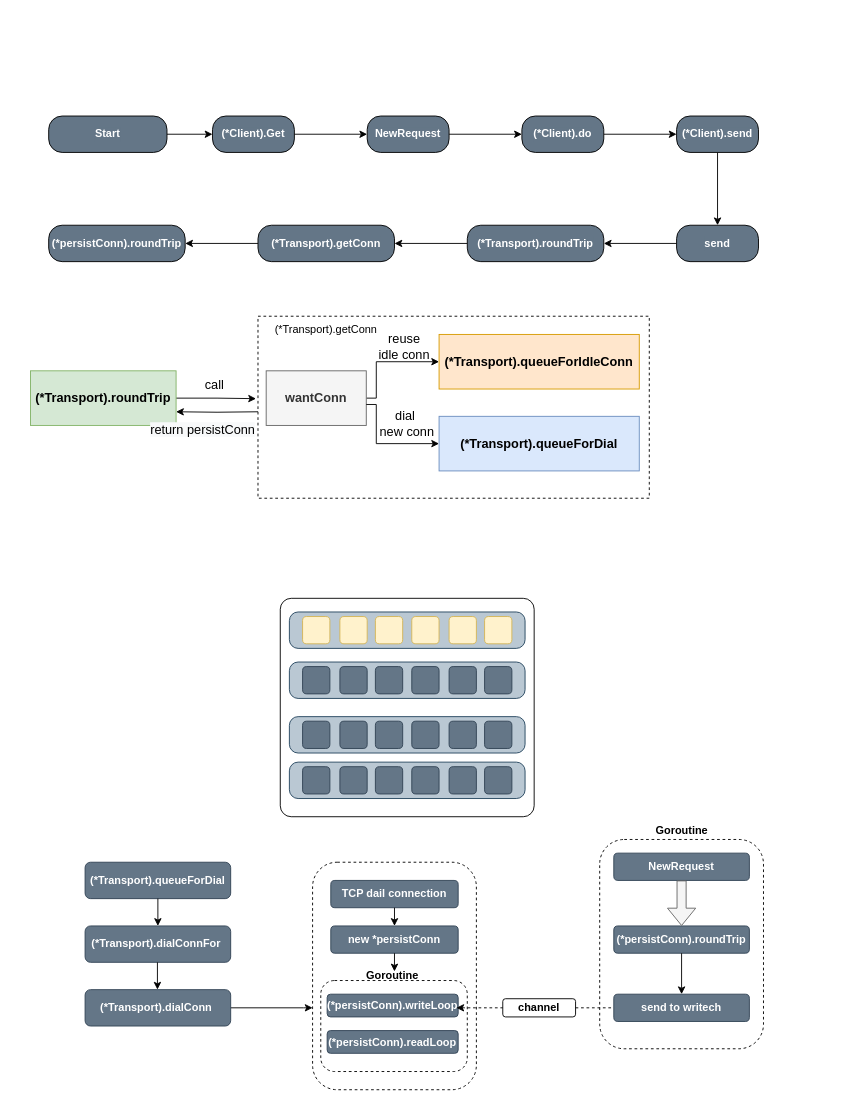
Above: golang-http1-1-flow.drawio in baoqger/drawing.io (draw.io), before the change. Source tidied: cells renumbered, new cells numbered last; positions are measured from the earlier drawing's top-left corner, leaving out a move shared by most shapes. Both pictures are drawn from the tidied source at 91%, with x=0, y=0 at pixel (30, 116).
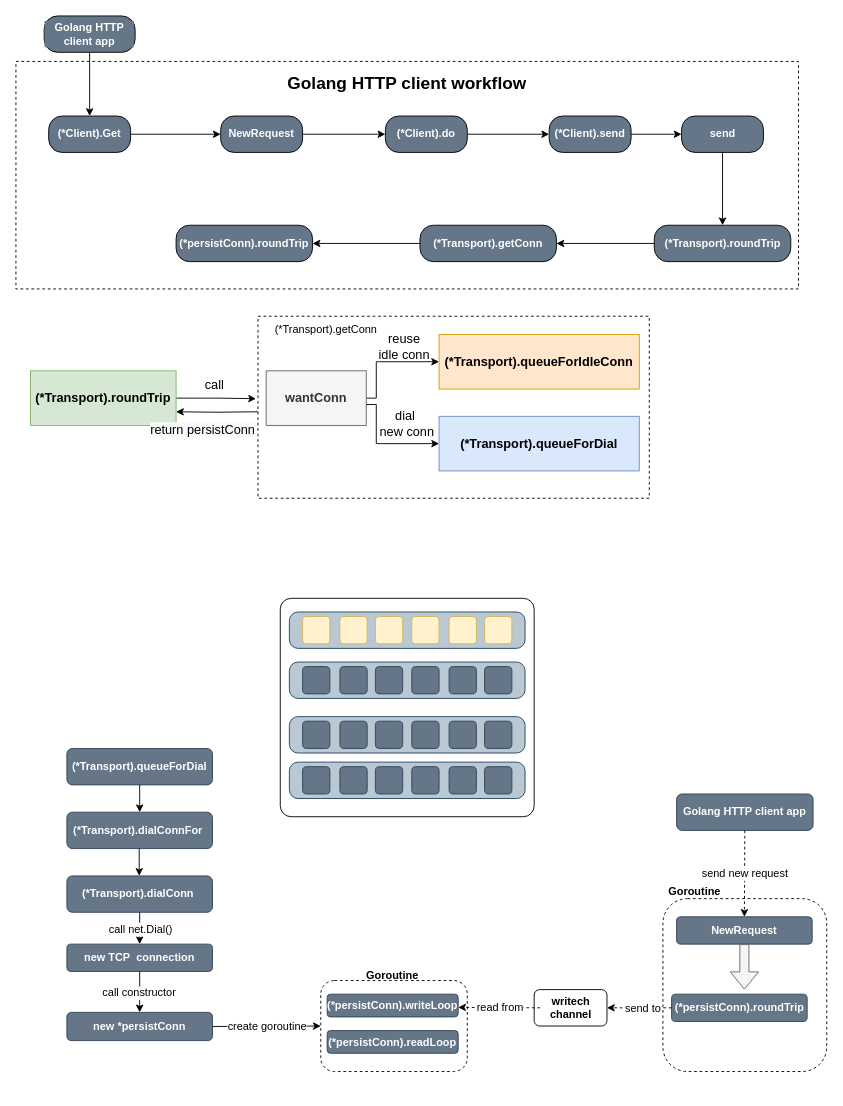
After the change.

The change refers to these unchanged cells:
```xml
<mxCell id="51" style="whiteSpace=wrap;html=1;rounded=1;fontStyle=1;strokeColor=default;fillColor=none;fontColor=default;dashed=1;" parent="1" vertex="1">
  <mxGeometry x="319" y="950" width="161" height="100" as="geometry" />
</mxCell>
<mxCell id="54" value="Goroutine" style="text;html=1;strokeColor=none;fillColor=none;align=center;verticalAlign=middle;whiteSpace=wrap;rounded=0;dashed=1;fontColor=default;fontStyle=1;" parent="1" vertex="1">
  <mxGeometry x="368" y="930" width="60" height="30" as="geometry" />
</mxCell>
```

The edit, as a diff of the source:
```diff
@@
+    <mxCell id="87" style="rounded=0;whiteSpace=wrap;html=1;dashed=1;" parent="1" vertex="1">
+      <mxGeometry x="-16" y="-60" width="860" height="250" as="geometry" />
+    </mxCell>
@@
     <mxCell id="45" value="(*Transport).dialConnFor&amp;nbsp;" style="rounded=1;whiteSpace=wrap;html=1;fillColor=#647687;strokeColor=#314354;fontStyle=1;fontColor=#ffffff;" parent="1" vertex="1">
-      <mxGeometry x="60" y="890" width="160" height="40" as="geometry" />
+      <mxGeometry x="40" y="765" width="160" height="40" as="geometry" />
     </mxCell>
     <mxCell id="46" value="(*Transport).queueForDial" style="rounded=1;whiteSpace=wrap;html=1;fillColor=#647687;strokeColor=#314354;fontStyle=1;fontColor=#ffffff;" parent="1" vertex="1">
-      <mxGeometry x="60" y="820" width="160" height="40" as="geometry" />
+      <mxGeometry x="40" y="695" width="160" height="40" as="geometry" />
     </mxCell>
-    <mxCell id="47" style="edgeStyle=orthogonalEdgeStyle;rounded=0;jettySize=auto;html=1;fontColor=default;strokeColor=default;labelBackgroundColor=default;" parent="1" edge="1" source="48" target="49">
-      <mxGeometry relative="1" as="geometry">
-        <Array as="points">
-          <mxPoint x="300" y="980" />
-          <mxPoint x="300" y="980" />
-        </Array>
-      </mxGeometry>
-    </mxCell>
     <mxCell id="48" value="(*Transport).dialConn&amp;nbsp;" style="rounded=1;whiteSpace=wrap;html=1;fillColor=#647687;strokeColor=#314354;fontStyle=1;fontColor=#ffffff;" parent="1" vertex="1">
-      <mxGeometry x="60" y="960" width="160" height="40" as="geometry" />
+      <mxGeometry x="40" y="835" width="160" height="40" as="geometry" />
     </mxCell>
-    <mxCell id="49" style="whiteSpace=wrap;html=1;rounded=1;fontStyle=1;strokeColor=default;fillColor=none;fontColor=default;dashed=1;" parent="1" vertex="1">
-      <mxGeometry x="310" y="820" width="180" height="250" as="geometry" />
-    </mxCell>
-    <mxCell id="50" value="TCP dail connection" style="rounded=1;whiteSpace=wrap;html=1;strokeColor=#314354;fillColor=#647687;fontColor=#ffffff;fontStyle=1;" parent="1" vertex="1">
-      <mxGeometry x="330" y="840" width="140" height="30" as="geometry" />
+    <mxCell id="50" value="new TCP&amp;nbsp; connection" style="rounded=1;whiteSpace=wrap;html=1;strokeColor=#314354;fillColor=#647687;fontColor=#ffffff;fontStyle=1;" parent="1" vertex="1">
+      <mxGeometry x="40" y="910" width="160" height="30" as="geometry" />
     </mxCell>
@@
     <mxCell id="55" value="(*persistConn).roundTrip" style="rounded=1;whiteSpace=wrap;html=1;strokeColor=#314354;fillColor=#647687;fontColor=#ffffff;fontStyle=1;" parent="1" vertex="1">
-      <mxGeometry x="641" y="890" width="149" height="30" as="geometry" />
+      <mxGeometry x="704.5" y="965" width="149" height="30" as="geometry" />
     </mxCell>
-    <mxCell id="56" value="send to writech" style="rounded=1;whiteSpace=wrap;html=1;strokeColor=#314354;fillColor=#647687;fontColor=#ffffff;fontStyle=1;" parent="1" vertex="1">
-      <mxGeometry x="641" y="965" width="149" height="30" as="geometry" />
-    </mxCell>
-    <mxCell id="57" style="endArrow=classic;html=1;rounded=0;labelBackgroundColor=default;fontColor=default;strokeColor=default;entryX=0.5;entryY=0;entryDx=0;entryDy=0;exitX=0.5;exitY=1;exitDx=0;exitDy=0;" parent="1" edge="1" source="55" target="56">
-      <mxGeometry relative="1" as="geometry" />
-    </mxCell>
-    <mxCell id="58" value="channel" style="rounded=1;whiteSpace=wrap;html=1;fontColor=default;strokeColor=default;fillColor=none;fontStyle=1;" parent="1" vertex="1">
-      <mxGeometry x="519" y="970" width="80" height="20" as="geometry" />
+    <mxCell id="58" value="writech&lt;br&gt;channel" style="rounded=1;whiteSpace=wrap;html=1;fontColor=default;strokeColor=default;fillColor=none;fontStyle=1;" parent="1" vertex="1">
+      <mxGeometry x="553.5" y="960" width="80" height="40" as="geometry" />
     </mxCell>
-    <mxCell id="59" style="endArrow=none;html=1;rounded=0;labelBackgroundColor=default;fontColor=default;strokeColor=default;entryX=0;entryY=0.5;entryDx=0;entryDy=0;dashed=1;startArrow=classic;startFill=1;" parent="1" edge="1" target="58">
-      <mxGeometry relative="1" as="geometry">
-        <mxPoint x="468" y="980" as="sourcePoint" />
-      </mxGeometry>
-    </mxCell>
-    <mxCell id="60" style="endArrow=none;dashed=1;html=1;strokeWidth=1;rounded=0;labelBackgroundColor=default;fontColor=default;exitX=1;exitY=0.5;exitDx=0;exitDy=0;strokeColor=default;entryX=0;entryY=0.5;entryDx=0;entryDy=0;" parent="1" edge="1" source="58" target="56">
-      <mxGeometry relative="1" as="geometry" />
-    </mxCell>
@@
     <mxCell id="62" style="endArrow=classic;html=1;rounded=0;labelBackgroundColor=default;fontColor=default;strokeColor=default;strokeWidth=1;exitX=0.5;exitY=1;exitDx=0;exitDy=0;entryX=0.5;entryY=0;entryDx=0;entryDy=0;" parent="1" edge="1">
       <mxGeometry relative="1" as="geometry">
-        <mxPoint x="139.5" y="930" as="sourcePoint" />
-        <mxPoint x="139.5" y="960" as="targetPoint" />
+        <mxPoint x="119.5" y="805" as="sourcePoint" />
+        <mxPoint x="119.5" y="835" as="targetPoint" />
       </mxGeometry>
     </mxCell>
     <mxCell id="63" value="NewRequest" style="rounded=1;whiteSpace=wrap;html=1;strokeColor=#314354;fillColor=#647687;fontColor=#ffffff;fontStyle=1;" parent="1" vertex="1">
-      <mxGeometry x="641" y="810" width="149" height="30" as="geometry" />
+      <mxGeometry x="710" y="880" width="149" height="30" as="geometry" />
     </mxCell>
     <mxCell id="64" style="shape=flexArrow;endArrow=classic;html=1;rounded=0;labelBackgroundColor=default;fontColor=default;strokeColor=#666666;strokeWidth=1;exitX=0.5;exitY=1;exitDx=0;exitDy=0;fillColor=#f5f5f5;entryX=0.5;entryY=0;entryDx=0;entryDy=0;" parent="1" edge="1" source="63">
       <mxGeometry relative="1" as="geometry">
-        <mxPoint x="715.5" y="890" as="targetPoint" />
+        <mxPoint x="784.5" y="960" as="targetPoint" />
       </mxGeometry>
     </mxCell>
     <mxCell id="65" value="new *persistConn" style="rounded=1;whiteSpace=wrap;html=1;strokeColor=#314354;fillColor=#647687;fontColor=#ffffff;fontStyle=1;" parent="1" vertex="1">
-      <mxGeometry x="330" y="890" width="140" height="30" as="geometry" />
+      <mxGeometry x="40" y="985" width="160" height="31" as="geometry" />
     </mxCell>
-    <mxCell id="66" style="endArrow=classic;html=1;rounded=0;labelBackgroundColor=default;fontColor=default;strokeColor=default;strokeWidth=1;exitX=0.5;exitY=1;exitDx=0;exitDy=0;" parent="1" edge="1" source="50" target="65">
-      <mxGeometry relative="1" as="geometry" />
-    </mxCell>
     <mxCell id="67" style="whiteSpace=wrap;html=1;rounded=1;fontStyle=1;strokeColor=default;fillColor=none;fontColor=default;dashed=1;" parent="1" vertex="1">
-      <mxGeometry x="625.5" y="795" width="180" height="230" as="geometry" />
+      <mxGeometry x="695" y="860" width="180" height="190" as="geometry" />
     </mxCell>
-    <mxCell id="68" style="endArrow=classic;html=1;rounded=0;labelBackgroundColor=default;fontColor=default;strokeColor=default;strokeWidth=1;exitX=0.5;exitY=1;exitDx=0;exitDy=0;entryX=0.533;entryY=0.333;entryDx=0;entryDy=0;entryPerimeter=0;" parent="1" edge="1" source="65" target="54">
-      <mxGeometry relative="1" as="geometry" />
-    </mxCell>
     <mxCell id="69" value="Goroutine" style="text;html=1;strokeColor=none;fillColor=none;align=center;verticalAlign=middle;whiteSpace=wrap;rounded=0;dashed=1;fontColor=default;fontStyle=1;" parent="1" vertex="1">
-      <mxGeometry x="685.5" y="770" width="60" height="30" as="geometry" />
+      <mxGeometry x="700" y="838" width="60" height="30" as="geometry" />
     </mxCell>
@@
-    <mxCell id="71" value="Start" style="rounded=1;whiteSpace=wrap;html=1;labelBackgroundColor=#647687;fontColor=#FFFFFF;fillColor=#647687;align=center;verticalAlign=middle;arcSize=37;fontStyle=1;" parent="1" vertex="1">
-      <mxGeometry x="20" width="130" height="40" as="geometry" />
+    <mxCell id="71" value="Golang HTTP client app" style="rounded=1;whiteSpace=wrap;html=1;labelBackgroundColor=#647687;fontColor=#FFFFFF;fillColor=#647687;align=center;verticalAlign=middle;arcSize=37;fontStyle=1;" parent="1" vertex="1">
+      <mxGeometry x="15" y="-110" width="100" height="40" as="geometry" />
     </mxCell>
@@
     <mxCell id="73" value="(*Client).Get" style="rounded=1;whiteSpace=wrap;html=1;labelBackgroundColor=#647687;fontColor=#FFFFFF;fillColor=#647687;align=center;verticalAlign=middle;arcSize=37;fontStyle=1;" parent="1" vertex="1">
-      <mxGeometry x="200" width="90" height="40" as="geometry" />
+      <mxGeometry x="20" width="90" height="40" as="geometry" />
     </mxCell>
@@
     <mxCell id="75" value="NewRequest" style="rounded=1;whiteSpace=wrap;html=1;labelBackgroundColor=#647687;fontColor=#FFFFFF;fillColor=#647687;align=center;verticalAlign=middle;arcSize=37;fontStyle=1;" parent="1" vertex="1">
-      <mxGeometry x="370" width="90" height="40" as="geometry" />
+      <mxGeometry x="209" width="90" height="40" as="geometry" />
     </mxCell>
@@
     <mxCell id="77" value="(*Client).do" style="rounded=1;whiteSpace=wrap;html=1;labelBackgroundColor=#647687;fontColor=#FFFFFF;fillColor=#647687;align=center;verticalAlign=middle;arcSize=37;fontStyle=1;" parent="1" vertex="1">
-      <mxGeometry x="540" width="90" height="40" as="geometry" />
+      <mxGeometry x="390" width="90" height="40" as="geometry" />
     </mxCell>
@@
     <mxCell id="79" value="(*Client).send" style="rounded=1;whiteSpace=wrap;html=1;labelBackgroundColor=#647687;fontColor=#FFFFFF;fillColor=#647687;align=center;verticalAlign=middle;arcSize=37;fontStyle=1;" parent="1" vertex="1">
-      <mxGeometry x="710" width="90" height="40" as="geometry" />
+      <mxGeometry x="570" width="90" height="40" as="geometry" />
     </mxCell>
@@
     <mxCell id="81" value="send" style="rounded=1;whiteSpace=wrap;html=1;labelBackgroundColor=#647687;fontColor=#FFFFFF;fillColor=#647687;align=center;verticalAlign=middle;arcSize=37;fontStyle=1;" parent="1" vertex="1">
-      <mxGeometry x="710" y="120" width="90" height="40" as="geometry" />
+      <mxGeometry x="715.5" width="90" height="40" as="geometry" />
     </mxCell>
@@
     <mxCell id="83" value="(*Transport).roundTrip" style="rounded=1;whiteSpace=wrap;html=1;labelBackgroundColor=#647687;fontColor=#FFFFFF;fillColor=#647687;align=center;verticalAlign=middle;arcSize=37;fontStyle=1;" parent="1" vertex="1">
-      <mxGeometry x="480" y="120" width="150" height="40" as="geometry" />
+      <mxGeometry x="685.5" y="120" width="150" height="40" as="geometry" />
     </mxCell>
@@
     <mxCell id="85" value="(*Transport).getConn" style="rounded=1;whiteSpace=wrap;html=1;labelBackgroundColor=#647687;fontColor=#FFFFFF;fillColor=#647687;align=center;verticalAlign=middle;arcSize=37;fontStyle=1;" parent="1" vertex="1">
-      <mxGeometry x="250" y="120" width="150" height="40" as="geometry" />
+      <mxGeometry x="428" y="120" width="150" height="40" as="geometry" />
     </mxCell>
     <mxCell id="86" value="(*persistConn).roundTrip" style="rounded=1;whiteSpace=wrap;html=1;labelBackgroundColor=#647687;fontColor=#FFFFFF;fillColor=#647687;align=center;verticalAlign=middle;arcSize=37;fontStyle=1;" parent="1" vertex="1">
-      <mxGeometry x="20" y="120" width="150" height="40" as="geometry" />
+      <mxGeometry x="160" y="120" width="150" height="40" as="geometry" />
     </mxCell>
+    <mxCell id="88" value="Golang HTTP client workflow" style="text;html=1;strokeColor=none;fillColor=none;align=center;verticalAlign=middle;whiteSpace=wrap;rounded=0;dashed=1;fontSize=19;fontStyle=1;" parent="1" vertex="1">
+      <mxGeometry x="278.2" y="-50" width="271.5" height="30" as="geometry" />
+    </mxCell>
+    <mxCell id="89" value="Golang HTTP client app" style="rounded=1;whiteSpace=wrap;html=1;fillColor=#647687;strokeColor=#314354;fontStyle=1;fontColor=#ffffff;" parent="1" vertex="1">
+      <mxGeometry x="710" y="745" width="150" height="40" as="geometry" />
+    </mxCell>
+    <mxCell id="90" style="endArrow=classic;html=1;rounded=0;fontSize=19;exitX=0.5;exitY=1;exitDx=0;exitDy=0;dashed=1;entryX=0.5;entryY=0;entryDx=0;entryDy=0;" parent="1" edge="1" source="89" target="63">
+      <mxGeometry relative="1" as="geometry" />
+    </mxCell>
+    <mxCell id="91" value="send new request" style="edgeLabel;html=1;align=center;verticalAlign=middle;dashed=1;fontSize=12;" parent="90" vertex="1">
+      <mxGeometry relative="1" as="geometry" />
+    </mxCell>
+    <mxCell id="92" style="endArrow=classic;html=1;rounded=0;dashed=1;fontSize=12;exitX=0;exitY=0.5;exitDx=0;exitDy=0;entryX=1;entryY=0.5;entryDx=0;entryDy=0;" parent="1" edge="1" source="55" target="58">
+      <mxGeometry relative="1" as="geometry" />
+    </mxCell>
+    <mxCell id="93" value="send to" style="edgeLabel;html=1;align=center;verticalAlign=middle;rounded=1;dashed=1;fontSize=12;" parent="92" vertex="1">
+      <mxGeometry relative="1" as="geometry">
+        <mxPoint x="4" as="offset" />
+      </mxGeometry>
+    </mxCell>
+    <mxCell id="94" style="endArrow=classic;html=1;rounded=0;dashed=1;fontSize=12;entryX=1;entryY=0.5;entryDx=0;entryDy=0;" parent="1" edge="1">
+      <mxGeometry relative="1" as="geometry">
+        <mxPoint x="560" y="980" as="sourcePoint" />
+        <mxPoint x="470" y="979.5" as="targetPoint" />
+      </mxGeometry>
+    </mxCell>
+    <mxCell id="95" value="read from" style="edgeLabel;html=1;align=center;verticalAlign=middle;rounded=1;dashed=1;fontSize=12;" parent="94" vertex="1">
+      <mxGeometry relative="1" as="geometry" />
+    </mxCell>
+    <mxCell id="96" style="endArrow=classic;html=1;rounded=0;fontSize=12;exitX=1;exitY=0.5;exitDx=0;exitDy=0;entryX=0;entryY=0.5;entryDx=0;entryDy=0;" parent="1" edge="1" source="65" target="51">
+      <mxGeometry relative="1" as="geometry" />
+    </mxCell>
+    <mxCell id="97" value="create goroutine" style="edgeLabel;html=1;align=center;verticalAlign=middle;rounded=1;dashed=1;fontSize=12;" parent="96" vertex="1">
+      <mxGeometry relative="1" as="geometry" />
+    </mxCell>
+    <mxCell id="98" style="endArrow=classic;html=1;rounded=0;fontSize=12;exitX=0.5;exitY=1;exitDx=0;exitDy=0;entryX=0.5;entryY=0;entryDx=0;entryDy=0;" parent="1" edge="1" source="48" target="50">
+      <mxGeometry relative="1" as="geometry" />
+    </mxCell>
+    <mxCell id="99" value="call net.Dial()" style="edgeLabel;html=1;align=center;verticalAlign=middle;rounded=1;dashed=1;fontSize=12;" parent="98" vertex="1">
+      <mxGeometry relative="1" as="geometry" />
+    </mxCell>
+    <mxCell id="66" style="endArrow=classic;html=1;rounded=0;fontSize=12;exitX=0.5;exitY=1;exitDx=0;exitDy=0;entryX=0.5;entryY=0;entryDx=0;entryDy=0;" parent="1" edge="1" source="50" target="65">
+      <mxGeometry relative="1" as="geometry" />
+    </mxCell>
+    <mxCell id="100" value="call constructor&amp;nbsp;" style="edgeLabel;html=1;align=center;verticalAlign=middle;rounded=1;dashed=1;fontSize=12;" parent="66" vertex="1">
+      <mxGeometry relative="1" as="geometry" />
+    </mxCell>
```
